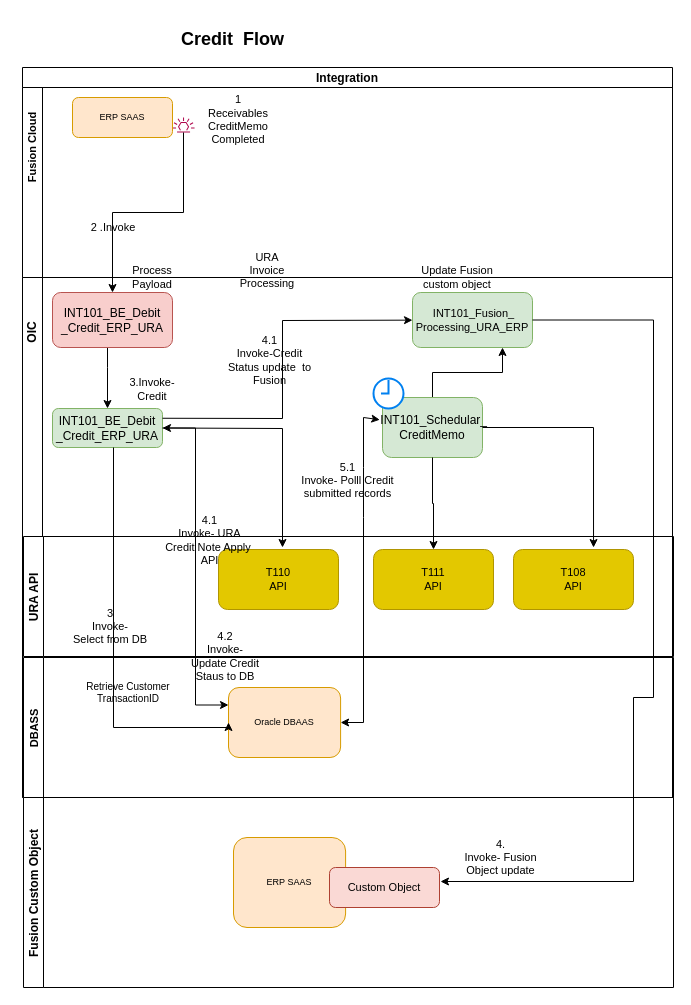
Before: Credit-Flow Diagram.drawio in anantwag19/Workspace, a draw.io diagram. Source tidied: cells renumbered, new cells numbered last; positions are measured from the earlier drawing's top-left corner, leaving out a move shared by most shapes. Both pictures are drawn from the tidied source at 100%, with x=0, y=0 at pixel (-13, 27).
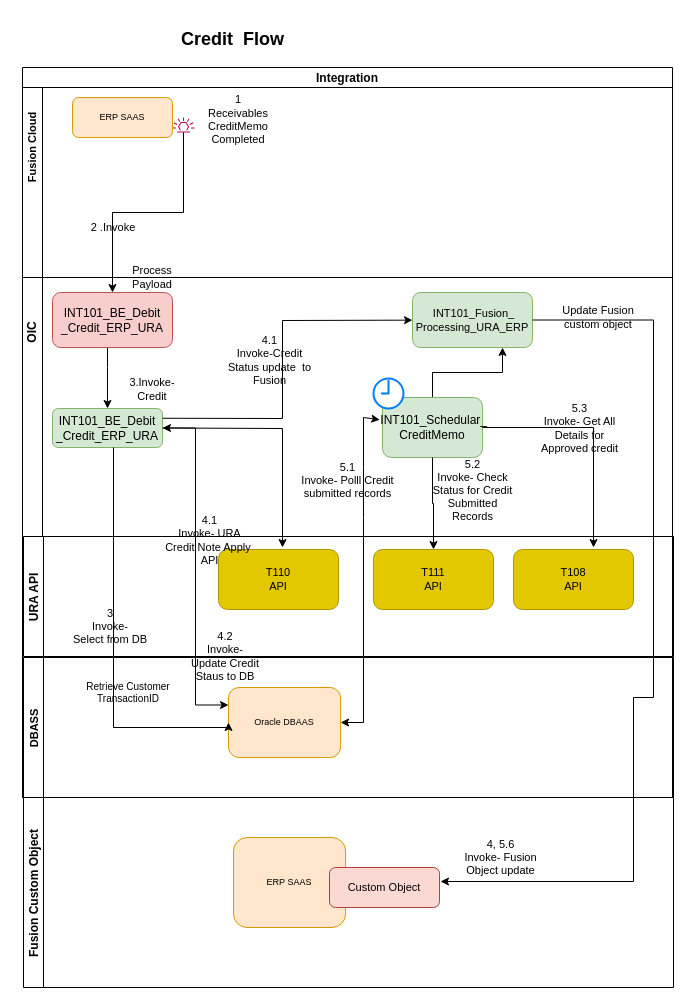
The same page after the edit.

Unchanged cells that the change refers to:
```xml
<mxCell id="3" style="swimlane;startSize=20;horizontal=0;" parent="2" vertex="1">
  <mxGeometry y="20" width="650" height="190" as="geometry" />
</mxCell>
<mxCell id="11" style="swimlane;startSize=20;horizontal=0;" parent="2" vertex="1">
  <mxGeometry y="210" width="650" height="520" as="geometry" />
</mxCell>
<mxCell id="28" value="Fusion Custom Object" style="swimlane;startSize=20;horizontal=0;fontSize=12;fontStyle=1;" parent="1" vertex="1">
  <mxGeometry x="36" y="770" width="650" height="190" as="geometry" />
</mxCell>
```

Diff of the diagram source:
```diff
@@
-    <mxCell id="7" value="URA Invoice Processing" style="text;html=1;strokeColor=none;fillColor=none;align=center;verticalAlign=middle;whiteSpace=wrap;rounded=0;fontSize=11;" parent="3" vertex="1">
-      <mxGeometry x="215" y="163" width="60" height="40" as="geometry" />
-    </mxCell>
-    <mxCell id="8" value="Update Fusion custom object" style="text;html=1;strokeColor=none;fillColor=none;align=center;verticalAlign=middle;whiteSpace=wrap;rounded=0;fontSize=11;" parent="3" vertex="1">
-      <mxGeometry x="390" y="170" width="90" height="40" as="geometry" />
-    </mxCell>
@@
+    <mxCell id="48" value="&lt;div&gt;5.2&lt;/div&gt;&lt;div&gt;Invoke- Check Status for Credit Submitted Records&lt;br&gt;&lt;/div&gt;" style="text;html=1;strokeColor=none;fillColor=none;align=center;verticalAlign=middle;whiteSpace=wrap;rounded=0;fontSize=11;" parent="11" vertex="1">
+      <mxGeometry x="402.5" y="190" width="95" height="45" as="geometry" />
+    </mxCell>
+    <mxCell id="49" value="&lt;div&gt;5.3&lt;/div&gt;&lt;div&gt;Invoke- Get All Details for Approved credit &lt;br&gt;&lt;/div&gt;" style="text;html=1;strokeColor=none;fillColor=none;align=center;verticalAlign=middle;whiteSpace=wrap;rounded=0;fontSize=11;" parent="11" vertex="1">
+      <mxGeometry x="510" y="128" width="95" height="45" as="geometry" />
+    </mxCell>
+    <mxCell id="8" value="Update Fusion custom object" style="text;html=1;strokeColor=none;fillColor=none;align=center;verticalAlign=middle;whiteSpace=wrap;rounded=0;fontSize=11;" parent="11" vertex="1">
+      <mxGeometry x="531" y="20" width="90" height="40" as="geometry" />
+    </mxCell>
@@
-    <mxCell id="36" value="4.&lt;div&gt;Invoke- Fusion Object update&lt;br&gt;&lt;/div&gt;" style="text;html=1;strokeColor=none;fillColor=none;align=center;verticalAlign=middle;whiteSpace=wrap;rounded=0;fontSize=11;" parent="28" vertex="1">
+    <mxCell id="36" value="4, 5.6&lt;br&gt;&lt;div&gt;Invoke- Fusion Object update&lt;br&gt;&lt;/div&gt;" style="text;html=1;strokeColor=none;fillColor=none;align=center;verticalAlign=middle;whiteSpace=wrap;rounded=0;fontSize=11;" parent="28" vertex="1">
       <mxGeometry x="430" y="40" width="95" height="40" as="geometry" />
     </mxCell>
```
